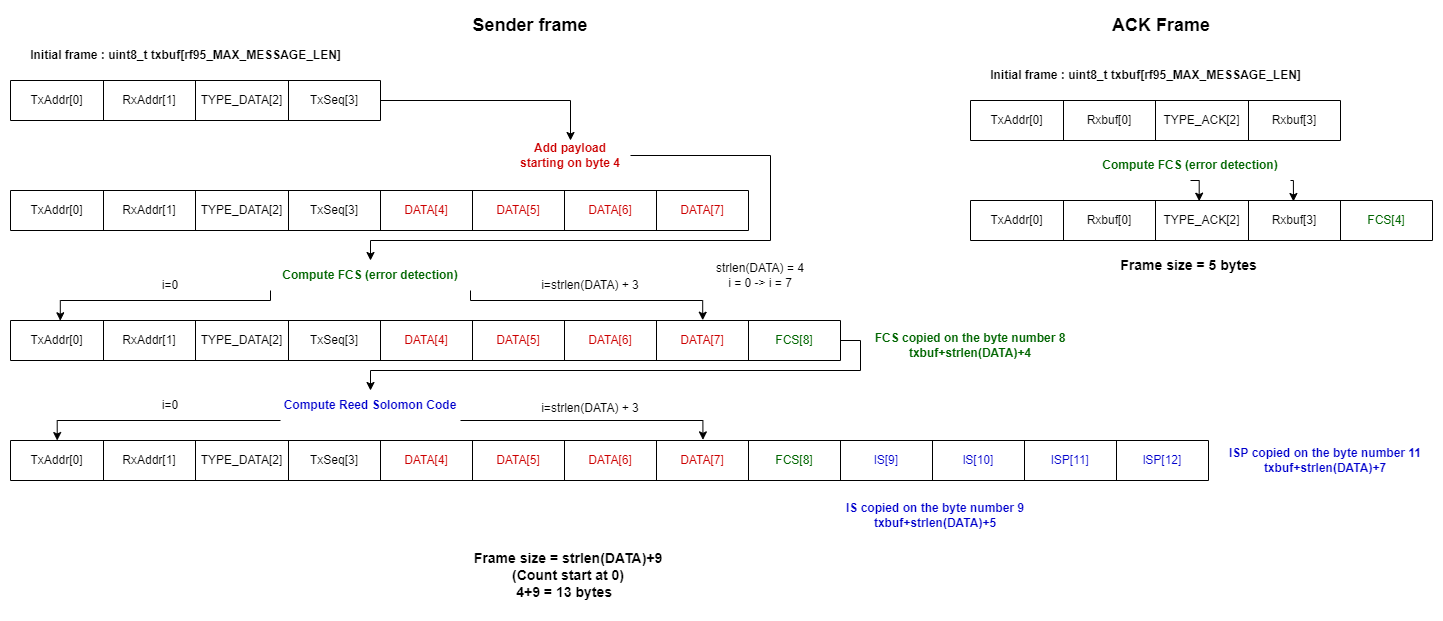
Earlier version of the draw.io export Scheme/Frame diagram.drawio.png (TheToto318/M5Stack-RF-Transmission). Source tidied: cells renumbered, new cells last; positions are measured from the earlier drawing's top-left corner, leaving out a move shared by most shapes.
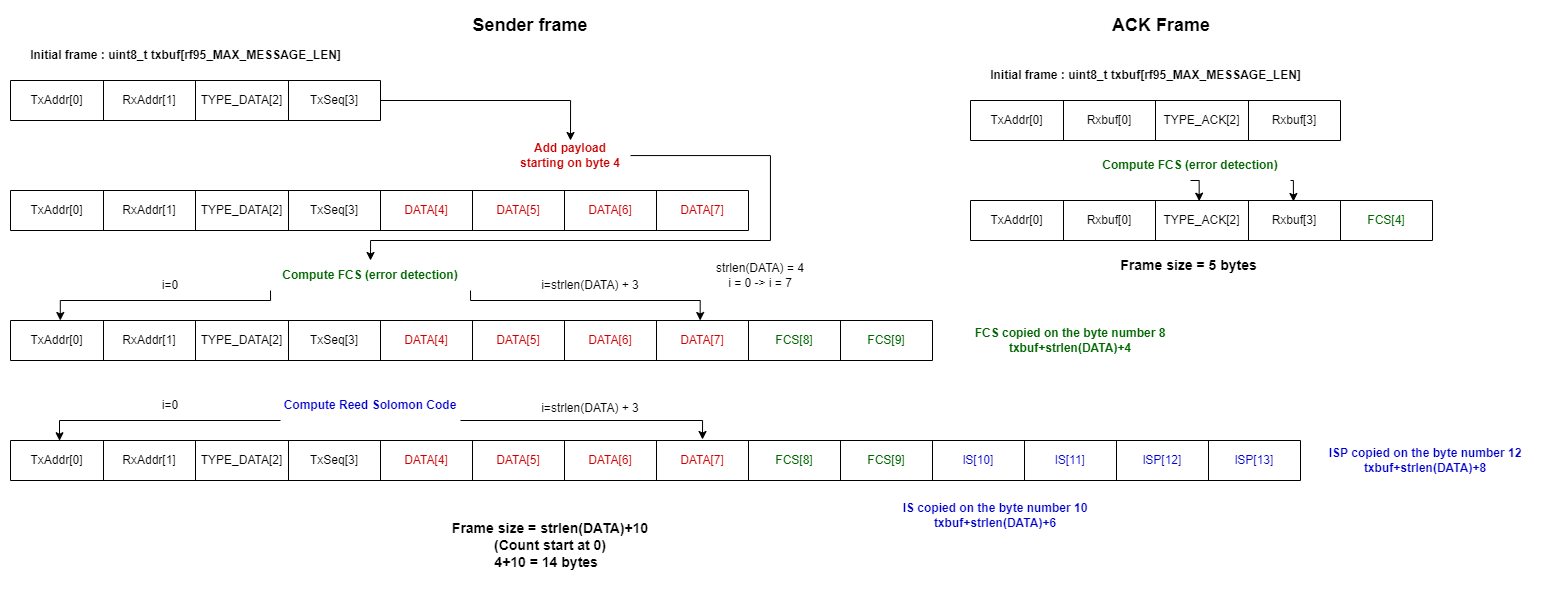
Above is the later version.

Change to the diagram source:
```diff
@@ -68,30 +68,30 @@
     <mxCell id="21" style="edgeStyle=orthogonalEdgeStyle;rounded=0;jettySize=auto;html=1;exitX=1;exitY=0.5;exitDx=0;exitDy=0;entryX=0.5;entryY=0;entryDx=0;entryDy=0;" parent="1" edge="1" source="3" target="20">
       <mxGeometry relative="1" as="geometry" />
     </mxCell>
-    <mxCell id="22" style="edgeStyle=orthogonalEdgeStyle;rounded=0;jettySize=auto;html=1;exitX=1;exitY=1;exitDx=0;exitDy=0;entryX=0.834;entryY=-0.007;entryDx=0;entryDy=0;entryPerimeter=0;fontColor=#000000;" parent="1" edge="1" source="24" target="26">
-      <mxGeometry relative="1" as="geometry">
-        <Array as="points">
-          <mxPoint x="460" y="290" />
-          <mxPoint x="692" y="290" />
-        </Array>
-      </mxGeometry>
-    </mxCell>
-    <mxCell id="23" style="edgeStyle=orthogonalEdgeStyle;rounded=0;jettySize=auto;html=1;exitX=0;exitY=1;exitDx=0;exitDy=0;entryX=0.06;entryY=0.007;entryDx=0;entryDy=0;entryPerimeter=0;fontColor=#000000;" parent="1" edge="1" source="24" target="26">
-      <mxGeometry relative="1" as="geometry">
-        <Array as="points">
-          <mxPoint x="260" y="290" />
-          <mxPoint x="50" y="290" />
-        </Array>
-      </mxGeometry>
-    </mxCell>
+    <mxCell id="84" style="edgeStyle=orthogonalEdgeStyle;rounded=0;jettySize=auto;html=1;exitX=1;exitY=1;exitDx=0;exitDy=0;entryX=0.748;entryY=0;entryDx=0;entryDy=0;entryPerimeter=0;" parent="1" edge="1" source="24" target="26">
+      <mxGeometry relative="1" as="geometry">
+        <Array as="points">
+          <mxPoint x="460" y="290" />
+          <mxPoint x="690" y="290" />
+        </Array>
+      </mxGeometry>
+    </mxCell>
+    <mxCell id="85" style="edgeStyle=orthogonalEdgeStyle;rounded=0;jettySize=auto;html=1;exitX=0;exitY=1;exitDx=0;exitDy=0;entryX=0.054;entryY=0;entryDx=0;entryDy=0;entryPerimeter=0;fontColor=#006600;" parent="1" edge="1" source="24" target="26">
+      <mxGeometry relative="1" as="geometry">
+        <Array as="points">
+          <mxPoint x="260" y="290" />
+          <mxPoint x="50" y="290" />
+        </Array>
+      </mxGeometry>
+    </mxCell>
     <mxCell id="24" value="&lt;b&gt;&lt;font color=&quot;#006600&quot;&gt;Compute FCS (error detection)&lt;/font&gt;&lt;/b&gt;" style="text;html=1;strokeColor=none;fillColor=none;align=center;verticalAlign=middle;whiteSpace=wrap;rounded=0;" parent="1" vertex="1">
       <mxGeometry x="260" y="250" width="200" height="30" as="geometry" />
     </mxCell>
     <mxCell id="25" style="shape=table;html=1;whiteSpace=wrap;startSize=0;" parent="1" vertex="1">
-      <mxGeometry y="310" width="830" height="40" as="geometry" />
+      <mxGeometry y="310" width="922" height="40" as="geometry" />
     </mxCell>
     <mxCell id="26" style="shape=tableRow;horizontal=0;startSize=0;swimlaneHead=0;swimlaneBody=0;top=0;left=0;bottom=0;right=0;fillColor=none;points=[[0,0.5],[1,0.5]];portConstraint=eastwest;" parent="25" vertex="1">
-      <mxGeometry width="830" height="40" as="geometry" />
+      <mxGeometry width="922" height="40" as="geometry" />
     </mxCell>
     <mxCell id="27" value="TxAddr[0]" style="shape=partialRectangle;html=1;whiteSpace=wrap;fillColor=none;top=0;left=0;bottom=0;right=0;overflow=hidden;" parent="26" vertex="1">
       <mxGeometry width="93" height="40" as="geometry" />
@@ -120,6 +120,9 @@
     <mxCell id="35" value="&lt;font color=&quot;#006600&quot;&gt;FCS[8]&lt;/font&gt;" style="shape=partialRectangle;html=1;whiteSpace=wrap;fillColor=none;top=0;left=0;bottom=0;right=0;overflow=hidden;" parent="26" vertex="1">
       <mxGeometry x="738" width="92" height="40" as="geometry" />
     </mxCell>
+    <mxCell id="86" value="&lt;font color=&quot;#006600&quot;&gt;FCS[9]&lt;/font&gt;" style="shape=partialRectangle;html=1;whiteSpace=wrap;fillColor=none;top=0;left=0;bottom=0;right=0;overflow=hidden;" parent="26" vertex="1">
+      <mxGeometry x="830" width="92" height="40" as="geometry" />
+    </mxCell>
     <mxCell id="36" value="&lt;font color=&quot;#000000&quot;&gt;i=0&lt;/font&gt;" style="text;html=1;strokeColor=none;fillColor=none;align=center;verticalAlign=middle;whiteSpace=wrap;rounded=0;fontColor=#CC0000;" parent="1" vertex="1">
       <mxGeometry x="130" y="270" width="60" height="10" as="geometry" />
     </mxCell>
@@ -130,10 +133,10 @@
       <mxGeometry x="680" y="250" width="140" height="30" as="geometry" />
     </mxCell>
     <mxCell id="39" style="shape=table;html=1;whiteSpace=wrap;startSize=0;" parent="1" vertex="1">
-      <mxGeometry y="430" width="1198" height="40" as="geometry" />
+      <mxGeometry y="430" width="1290" height="40" as="geometry" />
     </mxCell>
     <mxCell id="40" style="shape=tableRow;horizontal=0;startSize=0;swimlaneHead=0;swimlaneBody=0;top=0;left=0;bottom=0;right=0;fillColor=none;points=[[0,0.5],[1,0.5]];portConstraint=eastwest;" parent="39" vertex="1">
-      <mxGeometry width="1198" height="40" as="geometry" />
+      <mxGeometry width="1290" height="40" as="geometry" />
     </mxCell>
     <mxCell id="41" value="TxAddr[0]" style="shape=partialRectangle;html=1;whiteSpace=wrap;fillColor=none;top=0;left=0;bottom=0;right=0;overflow=hidden;" parent="40" vertex="1">
       <mxGeometry width="93" height="40" as="geometry" />
@@ -162,46 +165,41 @@
     <mxCell id="49" value="&lt;font color=&quot;#006600&quot;&gt;FCS[8]&lt;/font&gt;" style="shape=partialRectangle;html=1;whiteSpace=wrap;fillColor=none;top=0;left=0;bottom=0;right=0;overflow=hidden;" parent="40" vertex="1">
       <mxGeometry x="738" width="92" height="40" as="geometry" />
     </mxCell>
-    <mxCell id="50" value="&lt;font color=&quot;#0000cc&quot;&gt;lS[9]&lt;/font&gt;" style="shape=partialRectangle;html=1;whiteSpace=wrap;fillColor=none;top=0;left=0;bottom=0;right=0;overflow=hidden;" parent="40" vertex="1">
+    <mxCell id="50" value="&lt;font color=&quot;#006600&quot;&gt;FCS[9]&lt;/font&gt;" style="shape=partialRectangle;html=1;whiteSpace=wrap;fillColor=none;top=0;left=0;bottom=0;right=0;overflow=hidden;" parent="40" vertex="1">
       <mxGeometry x="830" width="92" height="40" as="geometry" />
     </mxCell>
     <mxCell id="51" value="&lt;font color=&quot;#0000cc&quot;&gt;lS[10]&lt;/font&gt;" style="shape=partialRectangle;html=1;whiteSpace=wrap;fillColor=none;top=0;left=0;bottom=0;right=0;overflow=hidden;" parent="40" vertex="1">
       <mxGeometry x="922" width="92" height="40" as="geometry" />
     </mxCell>
-    <mxCell id="52" value="&lt;font color=&quot;#0000cc&quot;&gt;lSP[11]&lt;/font&gt;" style="shape=partialRectangle;html=1;whiteSpace=wrap;fillColor=none;top=0;left=0;bottom=0;right=0;overflow=hidden;" parent="40" vertex="1">
+    <mxCell id="52" value="&lt;font color=&quot;#0000cc&quot;&gt;lS[11]&lt;/font&gt;" style="shape=partialRectangle;html=1;whiteSpace=wrap;fillColor=none;top=0;left=0;bottom=0;right=0;overflow=hidden;" parent="40" vertex="1">
       <mxGeometry x="1014" width="92" height="40" as="geometry" />
     </mxCell>
     <mxCell id="53" value="&lt;font color=&quot;#0000cc&quot;&gt;lSP[12]&lt;/font&gt;" style="shape=partialRectangle;html=1;whiteSpace=wrap;fillColor=none;top=0;left=0;bottom=0;right=0;overflow=hidden;" parent="40" vertex="1">
       <mxGeometry x="1106" width="92" height="40" as="geometry" />
     </mxCell>
+    <mxCell id="87" value="&lt;font color=&quot;#0000cc&quot;&gt;lSP[13]&lt;/font&gt;" style="shape=partialRectangle;html=1;whiteSpace=wrap;fillColor=none;top=0;left=0;bottom=0;right=0;overflow=hidden;" parent="40" vertex="1">
+      <mxGeometry x="1198" width="92" height="40" as="geometry" />
+    </mxCell>
-    <mxCell id="54" style="edgeStyle=orthogonalEdgeStyle;rounded=0;jettySize=auto;html=1;exitX=1;exitY=1;exitDx=0;exitDy=0;entryX=0.578;entryY=-0.016;entryDx=0;entryDy=0;entryPerimeter=0;fontColor=#000000;" parent="1" edge="1" source="56" target="40">
+    <mxCell id="54" style="edgeStyle=orthogonalEdgeStyle;rounded=0;jettySize=auto;html=1;exitX=1;exitY=1;exitDx=0;exitDy=0;fontColor=#000000;" parent="1" edge="1" source="56">
       <mxGeometry relative="1" as="geometry">
+        <mxPoint x="692" y="429" as="targetPoint" />
         <Array as="points">
           <mxPoint x="692" y="410" />
         </Array>
       </mxGeometry>
     </mxCell>
-    <mxCell id="55" style="edgeStyle=orthogonalEdgeStyle;rounded=0;jettySize=auto;html=1;exitX=0;exitY=1;exitDx=0;exitDy=0;entryX=0.039;entryY=0.001;entryDx=0;entryDy=0;entryPerimeter=0;fontColor=#0000CC;" parent="1" edge="1" source="56" target="40">
+    <mxCell id="55" style="edgeStyle=orthogonalEdgeStyle;rounded=0;jettySize=auto;html=1;exitX=0;exitY=1;exitDx=0;exitDy=0;entryX=0.038;entryY=0.006;entryDx=0;entryDy=0;entryPerimeter=0;fontColor=#006600;" parent="1" edge="1" source="56" target="40">
       <mxGeometry relative="1" as="geometry">
         <Array as="points">
-          <mxPoint x="47" y="410" />
+          <mxPoint x="49" y="410" />
         </Array>
       </mxGeometry>
     </mxCell>
     <mxCell id="56" value="&lt;b&gt;&lt;font color=&quot;#0000cc&quot;&gt;Compute Reed Solomon Code&lt;/font&gt;&lt;/b&gt;" style="text;html=1;strokeColor=none;fillColor=none;align=center;verticalAlign=middle;whiteSpace=wrap;rounded=0;fontColor=#006600;" parent="1" vertex="1">
       <mxGeometry x="270" y="380" width="180" height="30" as="geometry" />
     </mxCell>
-    <mxCell id="57" style="edgeStyle=orthogonalEdgeStyle;rounded=0;jettySize=auto;html=1;fontColor=#006600;entryX=0.5;entryY=0;entryDx=0;entryDy=0;exitX=1;exitY=0.5;exitDx=0;exitDy=0;" parent="1" edge="1" source="26" target="56">
-      <mxGeometry relative="1" as="geometry">
-        <Array as="points">
-          <mxPoint x="850" y="330" />
-          <mxPoint x="850" y="360" />
-          <mxPoint x="360" y="360" />
-        </Array>
-      </mxGeometry>
-    </mxCell>
     <mxCell id="58" value="&lt;b style=&quot;&quot;&gt;FCS copied on the byte number 8&lt;br&gt;txbuf+strlen(DATA)+4&lt;/b&gt;" style="text;html=1;strokeColor=none;fillColor=none;align=center;verticalAlign=middle;whiteSpace=wrap;rounded=0;fontColor=#006600;" parent="1" vertex="1">
-      <mxGeometry x="860" y="320" width="200" height="30" as="geometry" />
+      <mxGeometry x="960" y="315" width="200" height="30" as="geometry" />
     </mxCell>
     <mxCell id="59" value="&lt;font color=&quot;#000000&quot;&gt;i=0&lt;/font&gt;" style="text;html=1;strokeColor=none;fillColor=none;align=center;verticalAlign=middle;whiteSpace=wrap;rounded=0;fontColor=#CC0000;" parent="1" vertex="1">
       <mxGeometry x="130" y="390" width="60" height="10" as="geometry" />
@@ -209,14 +207,14 @@
     <mxCell id="60" value="&lt;font color=&quot;#000000&quot;&gt;i=strlen(DATA) + 3&lt;/font&gt;" style="text;html=1;strokeColor=none;fillColor=none;align=center;verticalAlign=middle;whiteSpace=wrap;rounded=0;fontColor=#CC0000;" parent="1" vertex="1">
       <mxGeometry x="530" y="393" width="100" height="10" as="geometry" />
     </mxCell>
-    <mxCell id="61" value="&lt;b&gt;lS copied on the byte number 9&lt;br&gt;txbuf+strlen(DATA)+5&lt;/b&gt;" style="text;html=1;strokeColor=none;fillColor=none;align=center;verticalAlign=middle;whiteSpace=wrap;rounded=0;fontColor=#0000CC;" parent="1" vertex="1">
-      <mxGeometry x="820" y="490" width="210" height="30" as="geometry" />
+    <mxCell id="61" value="&lt;b&gt;lS copied on the byte number 10&lt;br&gt;txbuf+strlen(DATA)+6&lt;/b&gt;" style="text;html=1;strokeColor=none;fillColor=none;align=center;verticalAlign=middle;whiteSpace=wrap;rounded=0;fontColor=#0000CC;" parent="1" vertex="1">
+      <mxGeometry x="880" y="490" width="210" height="30" as="geometry" />
     </mxCell>
-    <mxCell id="62" value="&lt;b&gt;lSP copied on the byte number 11&lt;br&gt;txbuf+strlen(DATA)+7&lt;/b&gt;" style="text;html=1;strokeColor=none;fillColor=none;align=center;verticalAlign=middle;whiteSpace=wrap;rounded=0;fontColor=#0000CC;" parent="1" vertex="1">
-      <mxGeometry x="1210" y="435" width="210" height="30" as="geometry" />
+    <mxCell id="62" value="&lt;b&gt;lSP copied on the byte number 12&lt;br&gt;txbuf+strlen(DATA)+8&lt;/b&gt;" style="text;html=1;strokeColor=none;fillColor=none;align=center;verticalAlign=middle;whiteSpace=wrap;rounded=0;fontColor=#0000CC;" parent="1" vertex="1">
+      <mxGeometry x="1310" y="435" width="210" height="30" as="geometry" />
     </mxCell>
-    <mxCell id="63" value="&lt;font style=&quot;font-size: 14px;&quot; color=&quot;#000000&quot;&gt;&lt;b&gt;Frame size = strlen(DATA)+9&lt;br&gt;(Count start at 0)&lt;br&gt;4+9 = 13 bytes&amp;nbsp;&amp;nbsp;&lt;/b&gt;&lt;/font&gt;" style="text;html=1;strokeColor=none;fillColor=none;align=center;verticalAlign=middle;whiteSpace=wrap;rounded=0;fontColor=#0000CC;" parent="1" vertex="1">
-      <mxGeometry x="378" y="530" width="360" height="70" as="geometry" />
+    <mxCell id="63" value="&lt;font style=&quot;font-size: 14px;&quot; color=&quot;#000000&quot;&gt;&lt;b&gt;Frame size = strlen(DATA)+10&lt;br&gt;(Count start at 0)&lt;br&gt;4+10 = 14 bytes&amp;nbsp;&amp;nbsp;&lt;/b&gt;&lt;/font&gt;" style="text;html=1;strokeColor=none;fillColor=none;align=center;verticalAlign=middle;whiteSpace=wrap;rounded=0;fontColor=#0000CC;" parent="1" vertex="1">
+      <mxGeometry x="360" y="500" width="360" height="70" as="geometry" />
     </mxCell>
     <mxCell id="64" value="&lt;font style=&quot;font-size: 18px;&quot;&gt;&lt;b&gt;Sender frame&lt;/b&gt;&lt;/font&gt;" style="text;html=1;strokeColor=none;fillColor=none;align=center;verticalAlign=middle;whiteSpace=wrap;rounded=0;" parent="1" vertex="1">
       <mxGeometry x="410" width="220" height="30" as="geometry" />
```
